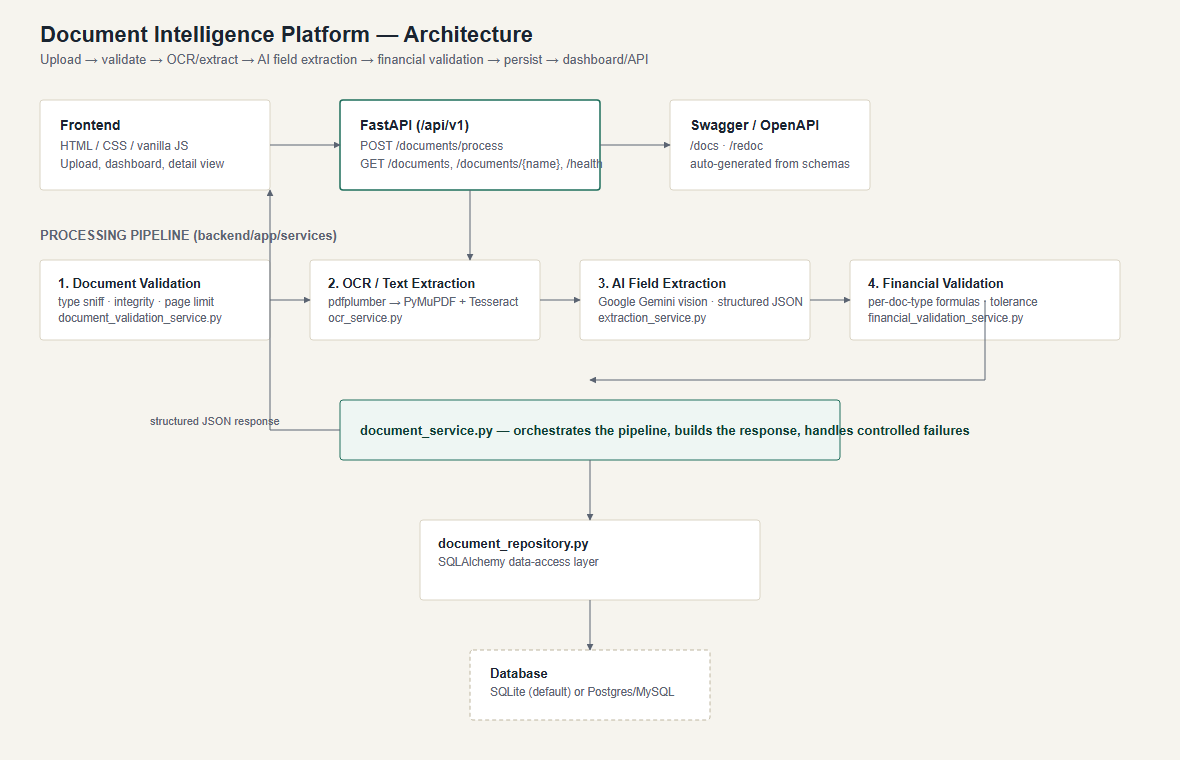
The Mermaid diagram docs/architecture.png in SakthiPriyaR/document-intelligence-platform, before a commit. Its source is kept beside it as docs/architecture.mmd. The source it was exported from:
```mermaid
flowchart TD
    U[Browser: HTML/CSS/JS Dashboard] -->|multipart upload| A[FastAPI /api/v1/documents/process]
    U -->|GET| B[/api/v1/documents/name/]
    U -->|GET| C[/api/v1/documents list/]

    A --> V[Document Validation Service<br/>type, integrity, page limit]
    V -->|reject| E[Controlled error response]
    V -->|pass| O[OCR / Text Extraction Service<br/>pdfplumber native text + PyMuPDF/Tesseract fallback]
    O --> X[LLM Extraction Service<br/>Google Gemini vision, structured JSON + evidence]
    X --> F[Financial Validation Service<br/>per document-type formulas, tolerance-based]
    F --> P[(SQLite / Postgres<br/>ProcessedDocument table)]
    P --> A
    B --> P
    C --> P
```
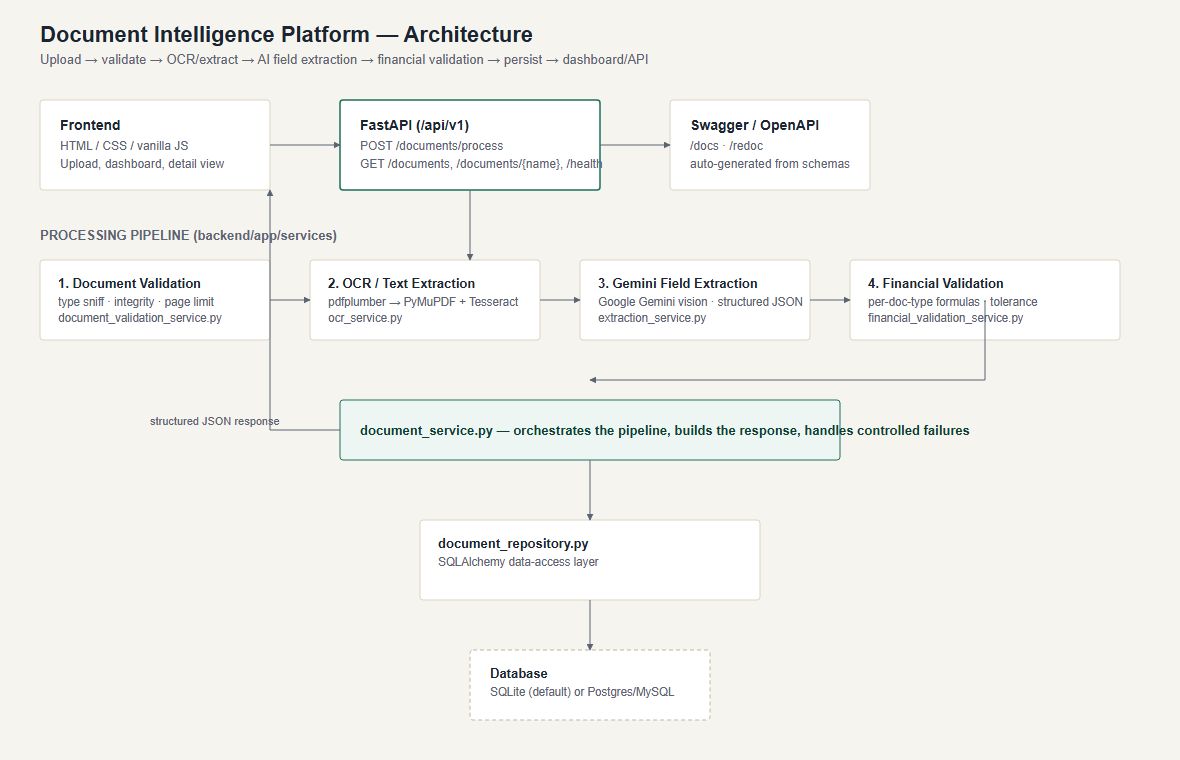
Above is the later version.

Diff of the diagram source:
```diff
@@ -6,7 +6,7 @@
     A --> V[Document Validation Service<br/>type, integrity, page limit]
     V -->|reject| E[Controlled error response]
     V -->|pass| O[OCR / Text Extraction Service<br/>pdfplumber native text + PyMuPDF/Tesseract fallback]
-    O --> X[LLM Extraction Service<br/>Google Gemini vision, structured JSON + evidence]
+    O --> X[Gemini Extraction Service<br/>Google Gemini vision, structured JSON + evidence]
     X --> F[Financial Validation Service<br/>per document-type formulas, tolerance-based]
     F --> P[(SQLite / Postgres<br/>ProcessedDocument table)]
     P --> A
```
